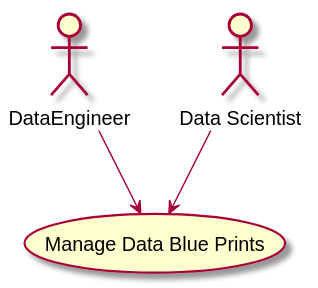
Before: docs/edgemere/diml/ddf/usecases/managedatablueprints/activities.svg, a diagram exported from PlantUML (madajaju/edgemere). Its diagram source:
```plantuml
@startuml


usecase "Manage Data Blue Prints" as ManageDataBluePrints

Actor "DataEngineer" as DataEngineer

DataEngineer --> ManageDataBluePrints

Actor "Data Scientist" as DataScientist

DataScientist --> ManageDataBluePrints



@enduml
```
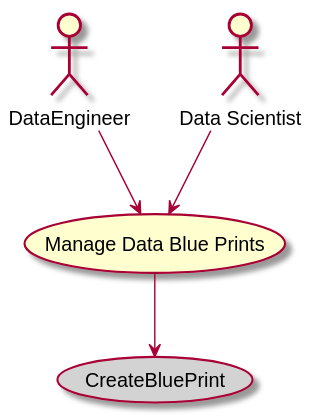
Above is the later version.

Diff of the diagram source:
```diff
@@ -13,4 +13,8 @@
 
 
 
+usecase "CreateBluePrint" as CreateBluePrint #lightgrey
+
+ManageDataBluePrints --> CreateBluePrint
+
 @enduml
```
